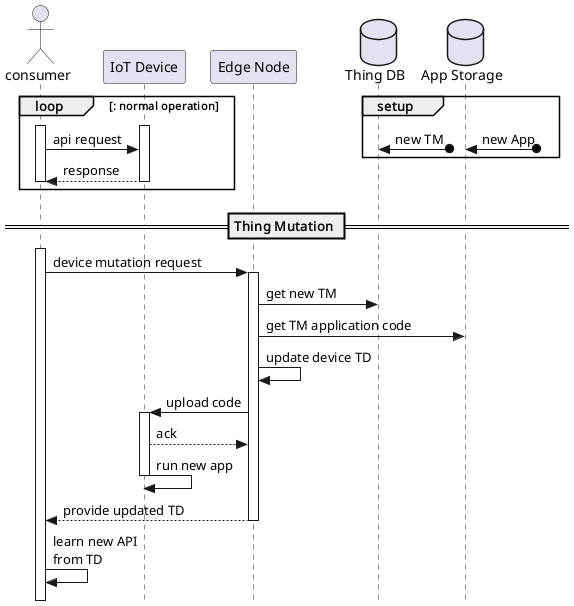
The PlantUML diagram uml/mutation_sequence.png in les2feup/CityLink, before a commit. Source of this version:
```plantuml
@startuml
!pragma teoz true
skinparam style strictuml

actor consumer

participant "IoT Device" as iotdev
participant "Edge Node" as node
database "Thing DB" as db
database "App Storage" as store

group setup
    db <-o?: new TM\t
    &store <-o?: new App\t
end group

& loop : normal operation
    activate consumer
    activate iotdev

    consumer -> iotdev : api request
    iotdev --> consumer : response

    deactivate consumer
    deactivate iotdev
end loop

== Thing Mutation ==

activate consumer
consumer -> node : device mutation request

activate node

    node -> db : get new TM
    node -> store : get TM application code

    node -> node : update device TD

    node -> iotdev : upload code
    activate iotdev
        iotdev --> node : ack
        iotdev -> iotdev : run new app
    deactivate iotdev

return provide updated TD

consumer -> consumer : learn new API\nfrom TD

@enduml
```
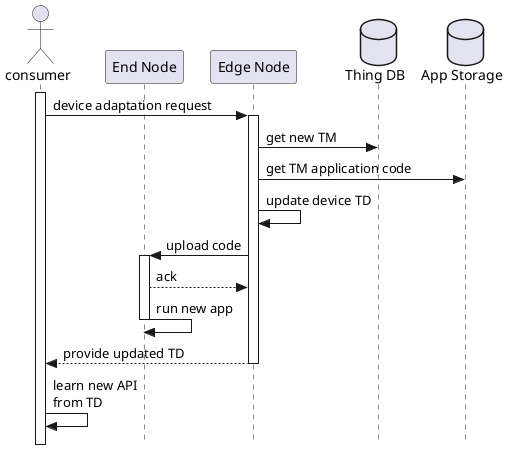
After the commit.

What changed in the source:
```diff
@@ -4,31 +4,13 @@
 
 actor consumer
 
-participant "IoT Device" as iotdev
+participant "End Node" as iotdev
 participant "Edge Node" as node
 database "Thing DB" as db
 database "App Storage" as store
 
-group setup
-    db <-o?: new TM\t
-    &store <-o?: new App\t
-end group
-
-& loop : normal operation
-    activate consumer
-    activate iotdev
-
-    consumer -> iotdev : api request
-    iotdev --> consumer : response
-
-    deactivate consumer
-    deactivate iotdev
-end loop
-
-== Thing Mutation ==
-
 activate consumer
-consumer -> node : device mutation request
+consumer -> node : device adaptation request
 
 activate node
 
```
